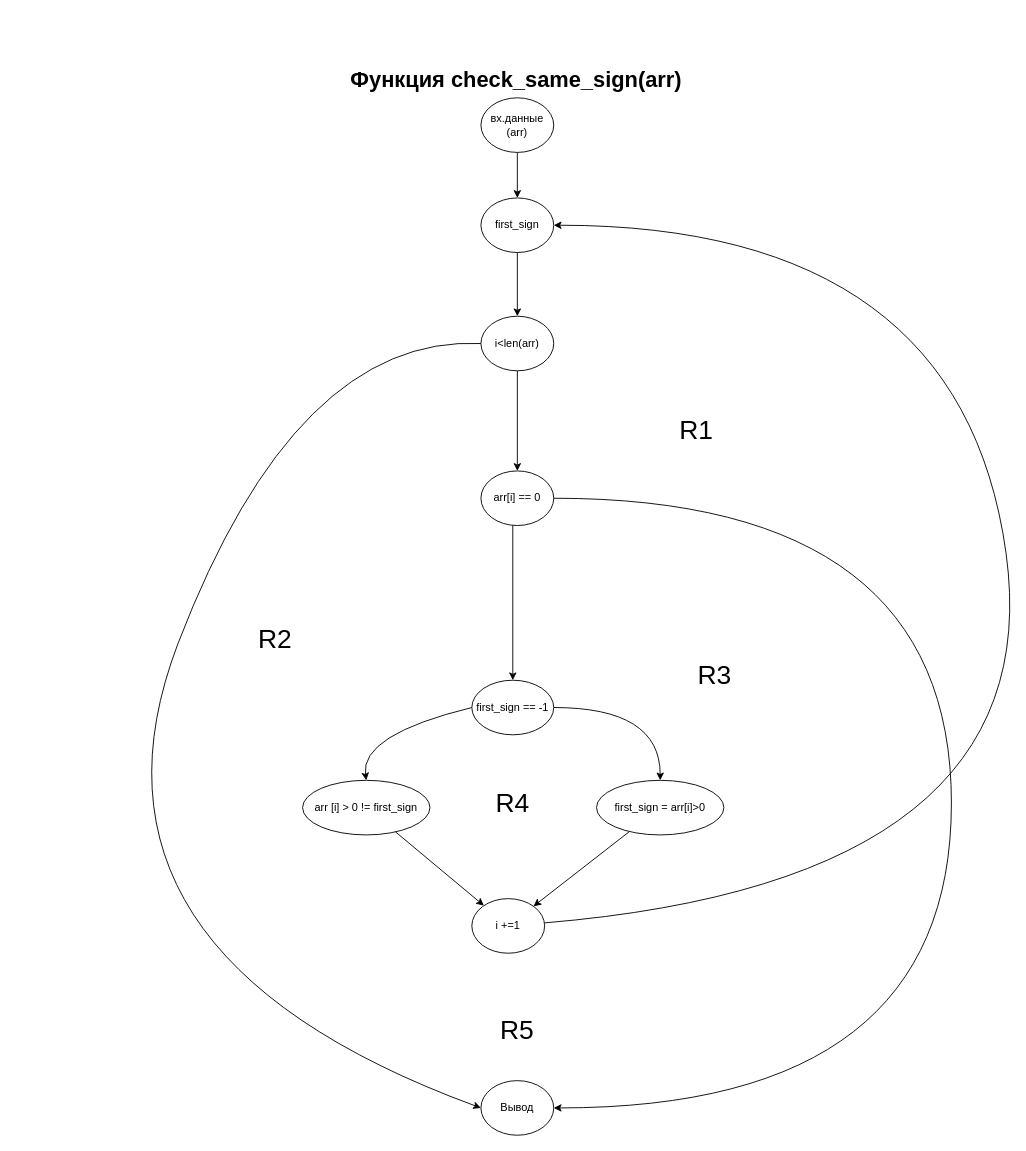
The draw.io diagram page "Граф 1" (3 of 6) of !Диаграммы + графы.drawio in marycheff/ISRPO, before the edit. Source tidied: cells renumbered, new cells numbered last; positions are measured from the earlier drawing's top-left corner, leaving out a move shared by most shapes. Both pictures are drawn from the tidied source at 91%, with x=0, y=0 at pixel (59, 61).
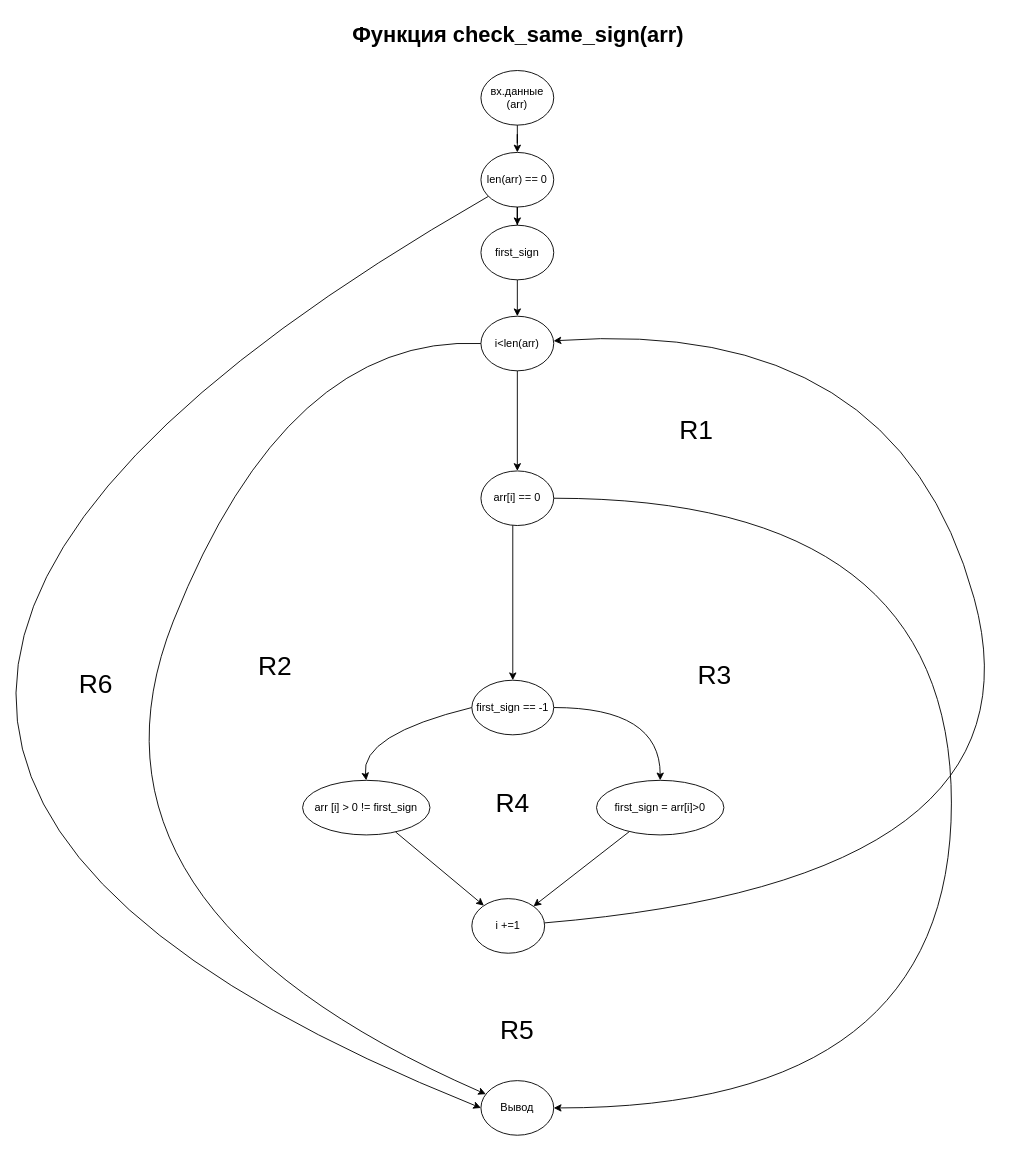
The same diagram, later.

Unchanged cells that the change refers to:
```xml
<mxCell id="8" value="i&amp;lt;len(arr)" style="ellipse;whiteSpace=wrap;html=1;" parent="1" vertex="1">
  <mxGeometry x="463" y="280" width="80" height="60" as="geometry" />
</mxCell>
<mxCell id="9" value="Вывод" style="ellipse;whiteSpace=wrap;html=1;" parent="1" vertex="1">
  <mxGeometry x="463" y="1120" width="80" height="60" as="geometry" />
</mxCell>
<mxCell id="19" value="i +=1" style="ellipse;whiteSpace=wrap;html=1;" parent="1" vertex="1">
  <mxGeometry x="453" y="920" width="80" height="60" as="geometry" />
</mxCell>
```

The edit, as a diff of the source:
```diff
@@
-    <mxCell id="2" style="edgeStyle=orthogonalEdgeStyle;rounded=0;jettySize=auto;html=1;entryX=0.5;entryY=0;entryDx=0;entryDy=0;" parent="1" edge="1" source="3" target="5">
-      <mxGeometry relative="1" as="geometry" />
-    </mxCell>
+    <mxCell id="28" style="edgeStyle=orthogonalEdgeStyle;rounded=0;jettySize=auto;html=1;entryX=0.5;entryY=0;entryDx=0;entryDy=0;" parent="1" edge="1" source="32" target="5">
+      <mxGeometry relative="1" as="geometry" />
+    </mxCell>
     <mxCell id="3" value="вх.данные (arr)" style="ellipse;whiteSpace=wrap;html=1;" parent="1" vertex="1">
-      <mxGeometry x="463" y="40" width="80" height="60" as="geometry" />
+      <mxGeometry x="463" y="10" width="80" height="60" as="geometry" />
     </mxCell>
@@
     <mxCell id="5" value="first_sign" style="ellipse;whiteSpace=wrap;html=1;" parent="1" vertex="1">
-      <mxGeometry x="463" y="150" width="80" height="60" as="geometry" />
+      <mxGeometry x="463" y="180" width="80" height="60" as="geometry" />
     </mxCell>
@@
-    <mxCell id="7" style="rounded=0;jettySize=auto;html=1;curved=1;exitX=0;exitY=0.5;exitDx=0;exitDy=0;entryX=0;entryY=0.5;entryDx=0;entryDy=0;" parent="1" edge="1" source="8" target="9">
+    <mxCell id="7" style="rounded=0;jettySize=auto;html=1;curved=1;exitX=0;exitY=0.5;exitDx=0;exitDy=0;" parent="1" edge="1" source="8" target="9">
       <mxGeometry relative="1" as="geometry">
         <Array as="points">
-          <mxPoint x="260" y="300" />
-          <mxPoint y="980" />
+          <mxPoint x="250" y="300" />
+          <mxPoint y="930" />
         </Array>
       </mxGeometry>
     </mxCell>
@@
-    <mxCell id="18" style="rounded=0;jettySize=auto;html=1;entryX=1;entryY=0.5;entryDx=0;entryDy=0;curved=1;" parent="1" edge="1" source="19" target="5">
-      <mxGeometry relative="1" as="geometry">
-        <Array as="points">
-          <mxPoint x="1090" y="900" />
-          <mxPoint x="990" y="180" />
-        </Array>
-      </mxGeometry>
-    </mxCell>
+    <mxCell id="29" style="rounded=0;jettySize=auto;html=1;curved=1;" parent="1" edge="1" source="19" target="8">
+      <mxGeometry relative="1" as="geometry">
+        <Array as="points">
+          <mxPoint x="1090" y="900" />
+          <mxPoint x="920" y="280" />
+        </Array>
+      </mxGeometry>
+    </mxCell>
@@
     <mxCell id="23" value="R2" style="text;html=1;align=center;verticalAlign=middle;whiteSpace=wrap;rounded=0;fontSize=29;" parent="1" vertex="1">
-      <mxGeometry x="207" y="620" width="60" height="30" as="geometry" />
+      <mxGeometry x="207" y="650" width="60" height="30" as="geometry" />
     </mxCell>
@@
+    <mxCell id="30" style="edgeStyle=orthogonalEdgeStyle;rounded=0;jettySize=auto;html=1;entryX=0.5;entryY=0;entryDx=0;entryDy=0;" parent="1" edge="1" source="3" target="32">
+      <mxGeometry relative="1" as="geometry" />
+    </mxCell>
+    <mxCell id="31" style="rounded=0;jettySize=auto;html=1;entryX=0;entryY=0.5;entryDx=0;entryDy=0;curved=1;" parent="1" edge="1" source="32" target="9">
+      <mxGeometry relative="1" as="geometry">
+        <Array as="points">
+          <mxPoint x="-560" y="740" />
+        </Array>
+      </mxGeometry>
+    </mxCell>
+    <mxCell id="32" value="len(arr) == 0" style="ellipse;whiteSpace=wrap;html=1;" parent="1" vertex="1">
+      <mxGeometry x="463" y="100" width="80" height="60" as="geometry" />
+    </mxCell>
     <mxCell id="27" value="&lt;h1 style=&quot;margin-top: 0px;&quot;&gt;Функция&amp;nbsp;check_same_sign(arr)&lt;/h1&gt;" style="text;html=1;whiteSpace=wrap;overflow=hidden;rounded=0;" parent="1" vertex="1">
-      <mxGeometry x="317.5" width="371" height="80" as="geometry" />
+      <mxGeometry x="320" y="-50" width="371" height="80" as="geometry" />
     </mxCell>
+    <mxCell id="33" value="R6" style="text;html=1;align=center;verticalAlign=middle;whiteSpace=wrap;rounded=0;fontSize=29;" parent="1" vertex="1">
+      <mxGeometry x="10" y="670" width="60" height="30" as="geometry" />
+    </mxCell>
```
